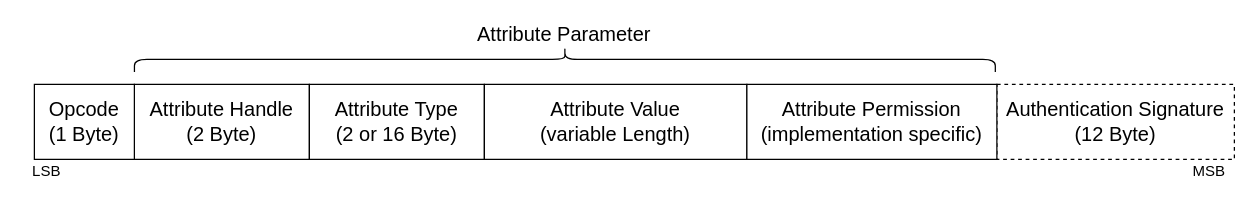
This is doc/bachelor_thesis_german/graphics/source/att_pdu.drawio from immrn/secure-ble-for-esp32-android, a draw.io file, before an edit. Source tidied: cells renumbered, new cells numbered last; positions are measured from the earlier drawing's top-left corner, leaving out a move shared by most shapes. Both pictures are drawn from the tidied source at 125%, with x=0, y=0 at pixel (21, -371).
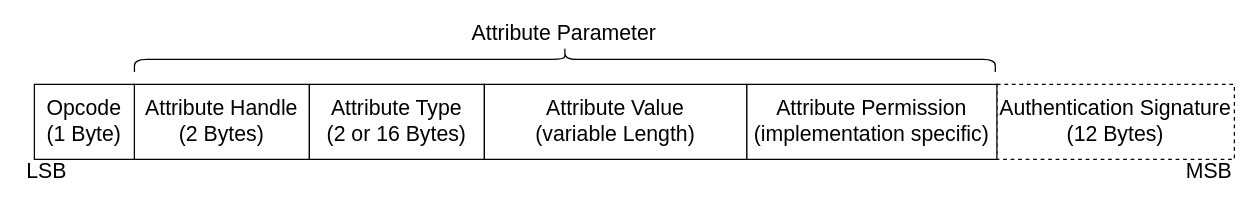
After the change.

The edit, as a diff of the source:
```diff
@@
 <mxGraphModel>
   <root>
     <mxCell id="0" />
     <mxCell id="1" parent="0" />
-    <mxCell id="2" value="&lt;font style=&quot;font-size: 16px&quot;&gt;Authentication Signature&lt;br&gt;(12 Byte)&lt;br&gt;&lt;/font&gt;" style="rounded=0;whiteSpace=wrap;html=1;dashed=1;" parent="1" vertex="1">
+    <mxCell id="2" value="&lt;font style=&quot;font-size: 17px;&quot;&gt;Authentication Signature&lt;br style=&quot;font-size: 17px;&quot;&gt;(12 Bytes)&lt;br style=&quot;font-size: 17px;&quot;&gt;&lt;/font&gt;" style="rounded=0;whiteSpace=wrap;html=1;dashed=1;fontSize=17;" parent="1" vertex="1">
       <mxGeometry x="780" y="364" width="190" height="60" as="geometry" />
     </mxCell>
-    <mxCell id="3" value="&lt;font style=&quot;font-size: 16px&quot;&gt;Attribute Handle&lt;br&gt;(2 Byte)&lt;/font&gt;" style="rounded=0;whiteSpace=wrap;html=1;" parent="1" vertex="1">
+    <mxCell id="3" value="&lt;font style=&quot;font-size: 17px;&quot;&gt;Attribute Handle&lt;br style=&quot;font-size: 17px;&quot;&gt;(2 Bytes)&lt;/font&gt;" style="rounded=0;whiteSpace=wrap;html=1;fontSize=17;" parent="1" vertex="1">
       <mxGeometry x="90" y="364" width="140" height="60" as="geometry" />
     </mxCell>
-    <mxCell id="4" value="&lt;font style=&quot;font-size: 16px&quot;&gt;Opcode&lt;br&gt;(1 Byte)&lt;/font&gt;" style="rounded=0;whiteSpace=wrap;html=1;" parent="1" vertex="1">
+    <mxCell id="4" value="&lt;font style=&quot;font-size: 17px;&quot;&gt;Opcode&lt;br style=&quot;font-size: 17px;&quot;&gt;(1 Byte)&lt;/font&gt;" style="rounded=0;whiteSpace=wrap;html=1;fontSize=17;" parent="1" vertex="1">
       <mxGeometry x="10" y="364" width="80" height="60" as="geometry" />
     </mxCell>
-    <mxCell id="5" style="shape=curlyBracket;whiteSpace=wrap;html=1;rounded=1;rotation=90;" parent="1" vertex="1">
+    <mxCell id="5" style="shape=curlyBracket;whiteSpace=wrap;html=1;rounded=1;rotation=90;fontSize=17;" parent="1" vertex="1">
       <mxGeometry x="424.4" y="-0.3" width="20" height="688.7" as="geometry" />
     </mxCell>
-    <mxCell id="6" value="&lt;font style=&quot;font-size: 16px&quot;&gt;Attribute Parameter&lt;/font&gt;" style="text;html=1;strokeColor=none;fillColor=none;align=center;verticalAlign=middle;whiteSpace=wrap;rounded=0;" parent="1" vertex="1">
+    <mxCell id="6" value="&lt;font style=&quot;font-size: 17px;&quot;&gt;Attribute Parameter&lt;/font&gt;" style="text;html=1;strokeColor=none;fillColor=none;align=center;verticalAlign=middle;whiteSpace=wrap;rounded=0;fontSize=17;" parent="1" vertex="1">
       <mxGeometry x="339.4" y="314" width="190" height="20" as="geometry" />
     </mxCell>
-    <mxCell id="7" value="MSB" style="text;html=1;strokeColor=none;fillColor=none;align=center;verticalAlign=middle;whiteSpace=wrap;rounded=0;" parent="1" vertex="1">
+    <mxCell id="7" value="MSB" style="text;html=1;strokeColor=none;fillColor=none;align=center;verticalAlign=middle;whiteSpace=wrap;rounded=0;fontSize=17;" parent="1" vertex="1">
       <mxGeometry x="930" y="424" width="40" height="20" as="geometry" />
     </mxCell>
-    <mxCell id="8" value="LSB" style="text;html=1;strokeColor=none;fillColor=none;align=center;verticalAlign=middle;whiteSpace=wrap;rounded=0;" parent="1" vertex="1">
+    <mxCell id="8" value="LSB" style="text;html=1;strokeColor=none;fillColor=none;align=center;verticalAlign=middle;whiteSpace=wrap;rounded=0;fontSize=17;" parent="1" vertex="1">
       <mxGeometry y="424" width="40" height="20" as="geometry" />
     </mxCell>
-    <mxCell id="9" value="&lt;font style=&quot;font-size: 16px&quot;&gt;Attribute Type&lt;br&gt;(2 or 16 Byte)&lt;/font&gt;" style="rounded=0;whiteSpace=wrap;html=1;" parent="1" vertex="1">
+    <mxCell id="9" value="&lt;font style=&quot;font-size: 17px;&quot;&gt;Attribute Type&lt;br style=&quot;font-size: 17px;&quot;&gt;(2 or 16 Bytes)&lt;/font&gt;" style="rounded=0;whiteSpace=wrap;html=1;fontSize=17;" parent="1" vertex="1">
       <mxGeometry x="230" y="364" width="140" height="60" as="geometry" />
     </mxCell>
-    <mxCell id="10" value="&lt;font style=&quot;font-size: 16px&quot;&gt;Attribute Value&lt;br&gt;(variable Length)&lt;/font&gt;" style="rounded=0;whiteSpace=wrap;html=1;" parent="1" vertex="1">
+    <mxCell id="10" value="&lt;font style=&quot;font-size: 17px;&quot;&gt;Attribute Value&lt;br style=&quot;font-size: 17px;&quot;&gt;(variable Length)&lt;/font&gt;" style="rounded=0;whiteSpace=wrap;html=1;fontSize=17;" parent="1" vertex="1">
       <mxGeometry x="370" y="364" width="210" height="60" as="geometry" />
     </mxCell>
-    <mxCell id="11" value="&lt;font style=&quot;font-size: 16px&quot;&gt;Attribute Permission&lt;br&gt;(&lt;/font&gt;&lt;font style=&quot;font-size: 16px&quot;&gt;implementation specific&lt;/font&gt;&lt;font style=&quot;font-size: 16px&quot;&gt;)&lt;/font&gt;" style="rounded=0;whiteSpace=wrap;html=1;" parent="1" vertex="1">
+    <mxCell id="11" value="&lt;font style=&quot;font-size: 17px;&quot;&gt;Attribute Permission&lt;br style=&quot;font-size: 17px;&quot;&gt;(&lt;/font&gt;&lt;font style=&quot;font-size: 17px;&quot;&gt;implementation specific&lt;/font&gt;&lt;font style=&quot;font-size: 17px;&quot;&gt;)&lt;/font&gt;" style="rounded=0;whiteSpace=wrap;html=1;fontSize=17;" parent="1" vertex="1">
       <mxGeometry x="580" y="364" width="200" height="60" as="geometry" />
     </mxCell>
   </root>
 </mxGraphModel>
```
